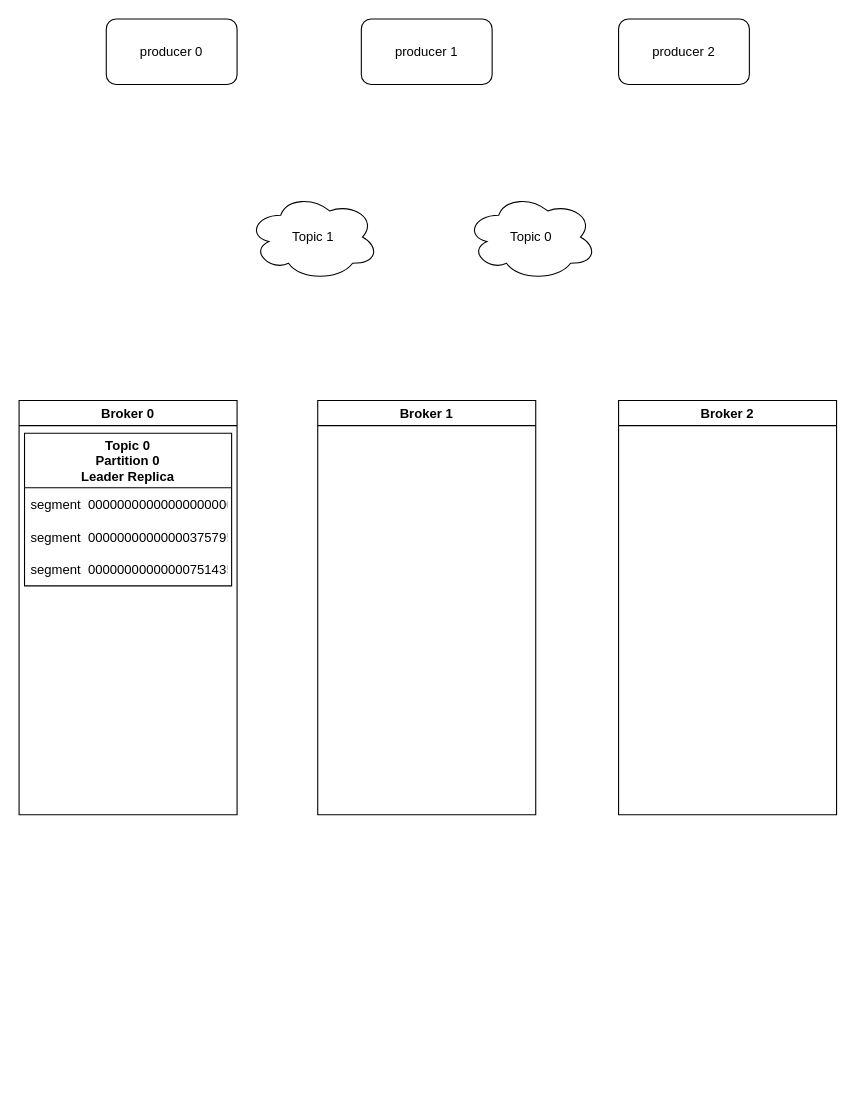
This is Kafka.drawio from ChrisFynnWang/algorithm, a draw.io file, before an edit. Source tidied: cells renumbered, new cells numbered last; positions are measured from the earlier drawing's top-left corner, leaving out a move shared by most shapes. Both pictures are drawn from the tidied source at 109%, with x=0, y=0 at pixel (19, 19).
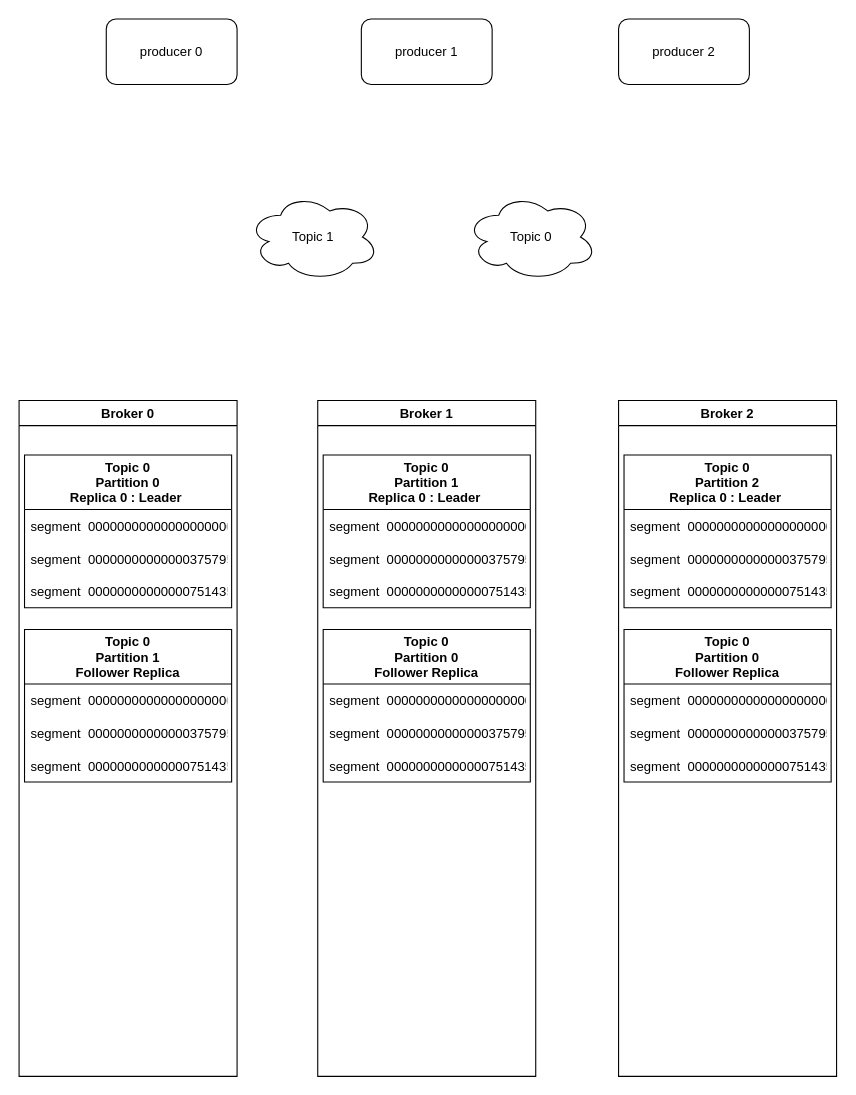
The same diagram, later.

Diff of the diagram source:
```diff
@@
     <mxCell id="7" value="Broker 0" style="swimlane;" parent="1" vertex="1">
-      <mxGeometry y="350" width="200" height="380" as="geometry" />
+      <mxGeometry y="350" width="200" height="620" as="geometry" />
     </mxCell>
-    <mxCell id="8" value="Topic 0&#10;Partition 0&#10;Leader Replica" style="swimlane;fontStyle=1;horizontal=1;startSize=50;" parent="7" vertex="1">
-      <mxGeometry x="5" y="30" width="190" height="140" as="geometry" />
+    <mxCell id="8" value="Topic 0&#10;Partition 0&#10;Replica 0 : Leader " style="swimlane;fontStyle=1;horizontal=1;startSize=50;" parent="7" vertex="1">
+      <mxGeometry x="5" y="50" width="190" height="140" as="geometry" />
     </mxCell>
@@
+    <mxCell id="14" value="Topic 0&#10;Partition 1&#10;Follower Replica" style="swimlane;fontStyle=1;horizontal=1;startSize=50;" parent="7" vertex="1">
+      <mxGeometry x="5" y="210" width="190" height="140" as="geometry" />
+    </mxCell>
+    <mxCell id="15" value="segment  00000000000000000000" style="text;strokeColor=none;fillColor=none;align=left;verticalAlign=middle;spacingLeft=4;spacingRight=4;overflow=hidden;" parent="14" vertex="1">
+      <mxGeometry y="50" width="190" height="30" as="geometry" />
+    </mxCell>
+    <mxCell id="16" value="segment  00000000000000375795" style="text;strokeColor=none;fillColor=none;align=left;verticalAlign=middle;spacingLeft=4;spacingRight=4;overflow=hidden;" parent="14" vertex="1">
+      <mxGeometry y="80" width="190" height="30" as="geometry" />
+    </mxCell>
+    <mxCell id="17" value="segment  00000000000000751435" style="text;strokeColor=none;fillColor=none;align=left;verticalAlign=middle;spacingLeft=4;spacingRight=4;overflow=hidden;" parent="14" vertex="1">
+      <mxGeometry y="110" width="190" height="30" as="geometry" />
+    </mxCell>
     <mxCell id="12" value="Broker 1" style="swimlane;" parent="1" vertex="1">
-      <mxGeometry x="274" y="350" width="200" height="380" as="geometry" />
+      <mxGeometry x="274" y="350" width="200" height="620" as="geometry" />
     </mxCell>
+    <mxCell id="18" value="Topic 0&#10;Partition 1&#10;Replica 0 : Leader " style="swimlane;fontStyle=1;horizontal=1;startSize=50;" parent="12" vertex="1">
+      <mxGeometry x="5" y="50" width="190" height="140" as="geometry" />
+    </mxCell>
+    <mxCell id="19" value="segment  00000000000000000000" style="text;strokeColor=none;fillColor=none;align=left;verticalAlign=middle;spacingLeft=4;spacingRight=4;overflow=hidden;" parent="18" vertex="1">
+      <mxGeometry y="50" width="190" height="30" as="geometry" />
+    </mxCell>
+    <mxCell id="20" value="segment  00000000000000375795" style="text;strokeColor=none;fillColor=none;align=left;verticalAlign=middle;spacingLeft=4;spacingRight=4;overflow=hidden;" parent="18" vertex="1">
+      <mxGeometry y="80" width="190" height="30" as="geometry" />
+    </mxCell>
+    <mxCell id="21" value="segment  00000000000000751435" style="text;strokeColor=none;fillColor=none;align=left;verticalAlign=middle;spacingLeft=4;spacingRight=4;overflow=hidden;" parent="18" vertex="1">
+      <mxGeometry y="110" width="190" height="30" as="geometry" />
+    </mxCell>
+    <mxCell id="22" value="Topic 0&#10;Partition 0&#10;Follower Replica" style="swimlane;fontStyle=1;horizontal=1;startSize=50;" parent="12" vertex="1">
+      <mxGeometry x="5" y="210" width="190" height="140" as="geometry" />
+    </mxCell>
+    <mxCell id="23" value="segment  00000000000000000000" style="text;strokeColor=none;fillColor=none;align=left;verticalAlign=middle;spacingLeft=4;spacingRight=4;overflow=hidden;" parent="22" vertex="1">
+      <mxGeometry y="50" width="190" height="30" as="geometry" />
+    </mxCell>
+    <mxCell id="24" value="segment  00000000000000375795" style="text;strokeColor=none;fillColor=none;align=left;verticalAlign=middle;spacingLeft=4;spacingRight=4;overflow=hidden;" parent="22" vertex="1">
+      <mxGeometry y="80" width="190" height="30" as="geometry" />
+    </mxCell>
+    <mxCell id="25" value="segment  00000000000000751435" style="text;strokeColor=none;fillColor=none;align=left;verticalAlign=middle;spacingLeft=4;spacingRight=4;overflow=hidden;" parent="22" vertex="1">
+      <mxGeometry y="110" width="190" height="30" as="geometry" />
+    </mxCell>
     <mxCell id="13" value="Broker 2" style="swimlane;" parent="1" vertex="1">
-      <mxGeometry x="550" y="350" width="200" height="380" as="geometry" />
+      <mxGeometry x="550" y="350" width="200" height="620" as="geometry" />
     </mxCell>
+    <mxCell id="26" value="Topic 0&#10;Partition 2&#10;Replica 0 : Leader " style="swimlane;fontStyle=1;horizontal=1;startSize=50;" parent="13" vertex="1">
+      <mxGeometry x="5" y="50" width="190" height="140" as="geometry" />
+    </mxCell>
+    <mxCell id="27" value="segment  00000000000000000000" style="text;strokeColor=none;fillColor=none;align=left;verticalAlign=middle;spacingLeft=4;spacingRight=4;overflow=hidden;" parent="26" vertex="1">
+      <mxGeometry y="50" width="190" height="30" as="geometry" />
+    </mxCell>
+    <mxCell id="28" value="segment  00000000000000375795" style="text;strokeColor=none;fillColor=none;align=left;verticalAlign=middle;spacingLeft=4;spacingRight=4;overflow=hidden;" parent="26" vertex="1">
+      <mxGeometry y="80" width="190" height="30" as="geometry" />
+    </mxCell>
+    <mxCell id="29" value="segment  00000000000000751435" style="text;strokeColor=none;fillColor=none;align=left;verticalAlign=middle;spacingLeft=4;spacingRight=4;overflow=hidden;" parent="26" vertex="1">
+      <mxGeometry y="110" width="190" height="30" as="geometry" />
+    </mxCell>
+    <mxCell id="30" value="Topic 0&#10;Partition 0&#10;Follower Replica" style="swimlane;fontStyle=1;horizontal=1;startSize=50;" parent="13" vertex="1">
+      <mxGeometry x="5" y="210" width="190" height="140" as="geometry" />
+    </mxCell>
+    <mxCell id="31" value="segment  00000000000000000000" style="text;strokeColor=none;fillColor=none;align=left;verticalAlign=middle;spacingLeft=4;spacingRight=4;overflow=hidden;" parent="30" vertex="1">
+      <mxGeometry y="50" width="190" height="30" as="geometry" />
+    </mxCell>
+    <mxCell id="32" value="segment  00000000000000375795" style="text;strokeColor=none;fillColor=none;align=left;verticalAlign=middle;spacingLeft=4;spacingRight=4;overflow=hidden;" parent="30" vertex="1">
+      <mxGeometry y="80" width="190" height="30" as="geometry" />
+    </mxCell>
+    <mxCell id="33" value="segment  00000000000000751435" style="text;strokeColor=none;fillColor=none;align=left;verticalAlign=middle;spacingLeft=4;spacingRight=4;overflow=hidden;" parent="30" vertex="1">
+      <mxGeometry y="110" width="190" height="30" as="geometry" />
+    </mxCell>
```
